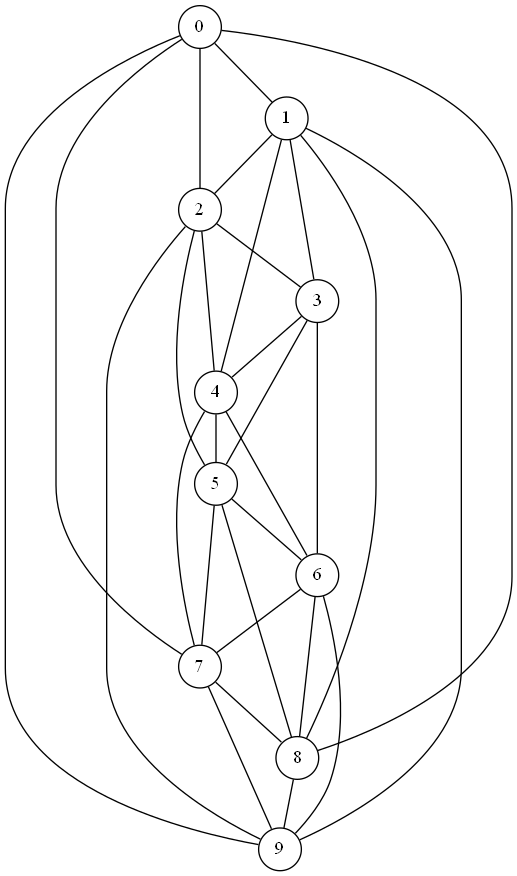
This is 10N-15E.png from dmaric44/community-detection, a Graphviz export, as it was before one commit. Its source is kept beside it as 10N-15E.dot.
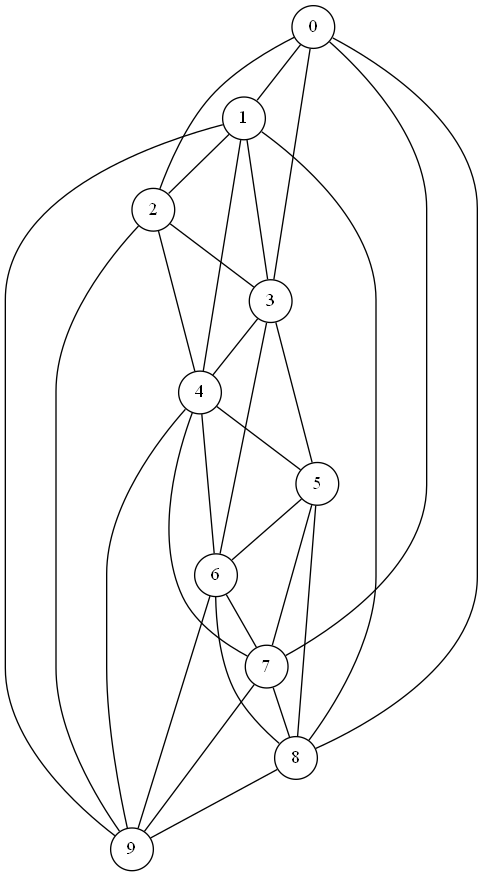
After the change.

Change to the diagram source:
```diff
@@ -11,33 +11,1080 @@
   7 [label="7"];
   8 [label="8"];
   9 [label="9"];
+  10 [label="10"];
+  11 [label="11"];
+  12 [label="12"];
+  13 [label="13"];
+  14 [label="14"];
+  15 [label="15"];
+  16 [label="16"];
+  17 [label="17"];
+  18 [label="18"];
+  19 [label="19"];
+  20 [label="20"];
+  21 [label="21"];
+  22 [label="22"];
+  23 [label="23"];
+  24 [label="24"];
+  25 [label="25"];
+  26 [label="26"];
+  27 [label="27"];
+  28 [label="28"];
+  29 [label="29"];
+  30 [label="30"];
+  31 [label="31"];
+  32 [label="32"];
+  33 [label="33"];
+  34 [label="34"];
+  35 [label="35"];
+  36 [label="36"];
+  37 [label="37"];
+  38 [label="38"];
+  39 [label="39"];
+  40 [label="40"];
+  41 [label="41"];
+  42 [label="42"];
+  43 [label="43"];
+  44 [label="44"];
+  45 [label="45"];
+  46 [label="46"];
+  47 [label="47"];
+  48 [label="48"];
+  49 [label="49"];
+  50 [label="50"];
+  51 [label="51"];
+  52 [label="52"];
+  53 [label="53"];
+  54 [label="54"];
+  55 [label="55"];
+  56 [label="56"];
+  57 [label="57"];
+  58 [label="58"];
+  59 [label="59"];
+  60 [label="60"];
+  61 [label="61"];
+  62 [label="62"];
+  63 [label="63"];
+  64 [label="64"];
+  65 [label="65"];
+  66 [label="66"];
+  67 [label="67"];
+  68 [label="68"];
+  69 [label="69"];
+  70 [label="70"];
+  71 [label="71"];
+  72 [label="72"];
+  73 [label="73"];
+  74 [label="74"];
+  75 [label="75"];
+  76 [label="76"];
+  77 [label="77"];
+  78 [label="78"];
+  79 [label="79"];
+  80 [label="80"];
+  81 [label="81"];
+  82 [label="82"];
+  83 [label="83"];
+  84 [label="84"];
+  85 [label="85"];
+  86 [label="86"];
+  87 [label="87"];
+  88 [label="88"];
+  89 [label="89"];
+  90 [label="90"];
+  91 [label="91"];
+  92 [label="92"];
+  93 [label="93"];
+  94 [label="94"];
+  95 [label="95"];
+  96 [label="96"];
+  97 [label="97"];
+  98 [label="98"];
+  99 [label="99"];
   0 -- 1;
   0 -- 2;
+  0 -- 3;
+  0 -- 4;
+  0 -- 5;
+  0 -- 6;
   0 -- 7;
   0 -- 8;
   0 -- 9;
-  1 -- 2;
+  0 -- 10;
+  0 -- 58;
+  0 -- 78;
+  0 -- 90;
+  0 -- 91;
+  0 -- 92;
+  0 -- 93;
+  0 -- 94;
+  0 -- 95;
+  0 -- 96;
+  0 -- 97;
+  0 -- 98;
+  0 -- 99;
   1 -- 3;
   1 -- 4;
+  1 -- 6;
+  1 -- 7;
   1 -- 8;
   1 -- 9;
+  1 -- 10;
+  1 -- 11;
+  1 -- 17;
+  1 -- 63;
+  1 -- 74;
+  1 -- 91;
+  1 -- 92;
+  1 -- 93;
+  1 -- 94;
+  1 -- 96;
+  1 -- 97;
+  1 -- 98;
+  1 -- 99;
   2 -- 3;
   2 -- 4;
   2 -- 5;
+  2 -- 6;
+  2 -- 7;
+  2 -- 8;
   2 -- 9;
+  2 -- 10;
+  2 -- 11;
+  2 -- 12;
+  2 -- 92;
+  2 -- 93;
+  2 -- 95;
+  2 -- 96;
+  2 -- 97;
+  2 -- 98;
+  2 -- 99;
   3 -- 4;
   3 -- 5;
   3 -- 6;
+  3 -- 7;
+  3 -- 8;
+  3 -- 11;
+  3 -- 13;
+  3 -- 14;
+  3 -- 84;
+  3 -- 90;
+  3 -- 94;
+  3 -- 96;
+  3 -- 97;
+  3 -- 98;
+  3 -- 99;
   4 -- 5;
   4 -- 6;
   4 -- 7;
+  4 -- 8;
+  4 -- 9;
+  4 -- 10;
+  4 -- 11;
+  4 -- 12;
+  4 -- 13;
+  4 -- 14;
+  4 -- 18;
+  4 -- 94;
+  4 -- 95;
+  4 -- 96;
+  4 -- 97;
+  4 -- 99;
   5 -- 6;
   5 -- 7;
   5 -- 8;
+  5 -- 9;
+  5 -- 10;
+  5 -- 12;
+  5 -- 13;
+  5 -- 14;
+  5 -- 15;
+  5 -- 39;
+  5 -- 96;
+  5 -- 97;
+  5 -- 98;
+  5 -- 99;
   6 -- 7;
   6 -- 8;
   6 -- 9;
+  6 -- 10;
+  6 -- 11;
+  6 -- 12;
+  6 -- 13;
+  6 -- 14;
+  6 -- 15;
+  6 -- 16;
+  6 -- 18;
+  6 -- 31;
+  6 -- 96;
+  6 -- 97;
+  6 -- 98;
+  6 -- 99;
   7 -- 8;
   7 -- 9;
-  8 -- 9;
+  7 -- 10;
+  7 -- 11;
+  7 -- 12;
+  7 -- 13;
+  7 -- 14;
+  7 -- 15;
+  7 -- 17;
+  7 -- 31;
+  7 -- 50;
+  7 -- 54;
+  7 -- 82;
+  7 -- 97;
+  7 -- 98;
+  7 -- 99;
+  8 -- 10;
+  8 -- 11;
+  8 -- 12;
+  8 -- 13;
+  8 -- 14;
+  8 -- 15;
+  8 -- 16;
+  8 -- 17;
+  8 -- 18;
+  8 -- 98;
+  8 -- 99;
+  9 -- 10;
+  9 -- 11;
+  9 -- 12;
+  9 -- 13;
+  9 -- 14;
+  9 -- 15;
+  9 -- 16;
+  9 -- 17;
+  9 -- 18;
+  9 -- 19;
+  9 -- 99;
+  10 -- 11;
+  10 -- 12;
+  10 -- 14;
+  10 -- 15;
+  10 -- 16;
+  10 -- 17;
+  10 -- 18;
+  10 -- 19;
+  10 -- 20;
+  10 -- 34;
+  10 -- 36;
+  11 -- 12;
+  11 -- 13;
+  11 -- 14;
+  11 -- 15;
+  11 -- 16;
+  11 -- 17;
+  11 -- 18;
+  11 -- 19;
+  11 -- 20;
+  11 -- 25;
+  12 -- 13;
+  12 -- 14;
+  12 -- 15;
+  12 -- 16;
+  12 -- 17;
+  12 -- 18;
+  12 -- 19;
+  12 -- 20;
+  12 -- 22;
+  12 -- 77;
+  13 -- 14;
+  13 -- 15;
+  13 -- 16;
+  13 -- 17;
+  13 -- 18;
+  13 -- 19;
+  13 -- 20;
+  13 -- 22;
+  13 -- 23;
+  13 -- 36;
+  14 -- 15;
+  14 -- 16;
+  14 -- 17;
+  14 -- 19;
+  14 -- 20;
+  14 -- 21;
+  14 -- 23;
+  14 -- 24;
+  14 -- 74;
+  15 -- 16;
+  15 -- 17;
+  15 -- 18;
+  15 -- 19;
+  15 -- 20;
+  15 -- 21;
+  15 -- 22;
+  15 -- 23;
+  15 -- 24;
+  15 -- 25;
+  15 -- 83;
+  16 -- 17;
+  16 -- 18;
+  16 -- 19;
+  16 -- 20;
+  16 -- 21;
+  16 -- 22;
+  16 -- 23;
+  16 -- 24;
+  16 -- 25;
+  16 -- 26;
+  16 -- 28;
+  17 -- 18;
+  17 -- 20;
+  17 -- 21;
+  17 -- 22;
+  17 -- 23;
+  17 -- 24;
+  17 -- 25;
+  17 -- 26;
+  17 -- 27;
+  18 -- 19;
+  18 -- 20;
+  18 -- 21;
+  18 -- 22;
+  18 -- 23;
+  18 -- 26;
+  18 -- 27;
+  18 -- 79;
+  18 -- 87;
+  19 -- 20;
+  19 -- 21;
+  19 -- 24;
+  19 -- 25;
+  19 -- 27;
+  19 -- 28;
+  19 -- 63;
+  19 -- 72;
+  19 -- 76;
+  20 -- 21;
+  20 -- 22;
+  20 -- 23;
+  20 -- 24;
+  20 -- 26;
+  20 -- 27;
+  20 -- 28;
+  20 -- 29;
+  20 -- 30;
+  20 -- 59;
+  21 -- 22;
+  21 -- 23;
+  21 -- 24;
+  21 -- 25;
+  21 -- 26;
+  21 -- 27;
+  21 -- 28;
+  21 -- 29;
+  21 -- 30;
+  21 -- 31;
+  22 -- 23;
+  22 -- 24;
+  22 -- 25;
+  22 -- 26;
+  22 -- 27;
+  22 -- 28;
+  22 -- 29;
+  22 -- 30;
+  22 -- 31;
+  22 -- 32;
+  22 -- 47;
+  23 -- 24;
+  23 -- 25;
+  23 -- 27;
+  23 -- 28;
+  23 -- 29;
+  23 -- 31;
+  23 -- 32;
+  23 -- 33;
+  23 -- 86;
+  24 -- 25;
+  24 -- 26;
+  24 -- 27;
+  24 -- 29;
+  24 -- 30;
+  24 -- 31;
+  24 -- 32;
+  24 -- 33;
+  24 -- 34;
+  25 -- 26;
+  25 -- 27;
+  25 -- 28;
+  25 -- 29;
+  25 -- 30;
+  25 -- 31;
+  25 -- 32;
+  25 -- 33;
+  25 -- 34;
+  25 -- 37;
+  25 -- 62;
+  25 -- 98;
+  26 -- 27;
+  26 -- 28;
+  26 -- 29;
+  26 -- 30;
+  26 -- 31;
+  26 -- 32;
+  26 -- 33;
+  26 -- 34;
+  26 -- 35;
+  26 -- 36;
+  27 -- 29;
+  27 -- 30;
+  27 -- 31;
+  27 -- 32;
+  27 -- 33;
+  27 -- 34;
+  27 -- 35;
+  27 -- 37;
+  27 -- 40;
+  27 -- 62;
+  28 -- 29;
+  28 -- 31;
+  28 -- 32;
+  28 -- 33;
+  28 -- 34;
+  28 -- 35;
+  28 -- 38;
+  28 -- 81;
+  28 -- 83;
+  29 -- 30;
+  29 -- 31;
+  29 -- 32;
+  29 -- 34;
+  29 -- 35;
+  29 -- 36;
+  29 -- 37;
+  29 -- 38;
+  29 -- 39;
+  29 -- 63;
+  29 -- 89;
+  29 -- 91;
+  30 -- 31;
+  30 -- 32;
+  30 -- 33;
+  30 -- 34;
+  30 -- 35;
+  30 -- 36;
+  30 -- 37;
+  30 -- 38;
+  30 -- 40;
+  30 -- 87;
+  31 -- 33;
+  31 -- 34;
+  31 -- 35;
+  31 -- 36;
+  31 -- 37;
+  31 -- 38;
+  31 -- 39;
+  31 -- 40;
+  31 -- 41;
+  31 -- 73;
+  32 -- 33;
+  32 -- 34;
+  32 -- 35;
+  32 -- 36;
+  32 -- 37;
+  32 -- 38;
+  32 -- 39;
+  32 -- 40;
+  32 -- 41;
+  32 -- 42;
+  32 -- 76;
+  32 -- 95;
+  33 -- 34;
+  33 -- 36;
+  33 -- 37;
+  33 -- 38;
+  33 -- 39;
+  33 -- 40;
+  33 -- 52;
+  33 -- 53;
+  33 -- 60;
+  33 -- 64;
+  34 -- 35;
+  34 -- 36;
+  34 -- 37;
+  34 -- 38;
+  34 -- 39;
+  34 -- 40;
+  34 -- 41;
+  34 -- 42;
+  34 -- 43;
+  34 -- 44;
+  34 -- 54;
+  34 -- 89;
+  35 -- 36;
+  35 -- 37;
+  35 -- 38;
+  35 -- 39;
+  35 -- 40;
+  35 -- 41;
+  35 -- 42;
+  35 -- 43;
+  35 -- 44;
+  35 -- 45;
+  36 -- 37;
+  36 -- 38;
+  36 -- 39;
+  36 -- 40;
+  36 -- 41;
+  36 -- 42;
+  36 -- 44;
+  36 -- 52;
+  37 -- 38;
+  37 -- 39;
+  37 -- 40;
+  37 -- 41;
+  37 -- 42;
+  37 -- 43;
+  37 -- 44;
+  37 -- 45;
+  37 -- 46;
+  37 -- 47;
+  38 -- 39;
+  38 -- 40;
+  38 -- 41;
+  38 -- 42;
+  38 -- 43;
+  38 -- 44;
+  38 -- 46;
+  38 -- 47;
+  38 -- 48;
+  38 -- 65;
+  38 -- 88;
+  39 -- 40;
+  39 -- 41;
+  39 -- 42;
+  39 -- 43;
+  39 -- 44;
+  39 -- 45;
+  39 -- 46;
+  39 -- 47;
+  39 -- 48;
+  39 -- 49;
+  40 -- 41;
+  40 -- 42;
+  40 -- 43;
+  40 -- 45;
+  40 -- 46;
+  40 -- 47;
+  40 -- 48;
+  40 -- 49;
+  40 -- 50;
+  40 -- 82;
+  40 -- 90;
+  41 -- 42;
+  41 -- 43;
+  41 -- 44;
+  41 -- 45;
+  41 -- 46;
+  41 -- 47;
+  41 -- 48;
+  41 -- 49;
+  41 -- 50;
+  41 -- 51;
+  42 -- 43;
+  42 -- 44;
+  42 -- 45;
+  42 -- 46;
+  42 -- 47;
+  42 -- 48;
+  42 -- 49;
+  42 -- 51;
+  42 -- 52;
+  42 -- 65;
+  42 -- 73;
+  43 -- 44;
+  43 -- 45;
+  43 -- 46;
+  43 -- 47;
+  43 -- 48;
+  43 -- 49;
+  43 -- 50;
+  43 -- 51;
+  43 -- 52;
+  43 -- 53;
+  44 -- 45;
+  44 -- 46;
+  44 -- 47;
+  44 -- 48;
+  44 -- 49;
+  44 -- 50;
+  44 -- 51;
+  44 -- 53;
+  44 -- 54;
+  44 -- 86;
+  44 -- 95;
+  45 -- 46;
+  45 -- 47;
+  45 -- 48;
+  45 -- 50;
+  45 -- 51;
+  45 -- 52;
+  45 -- 53;
+  45 -- 54;
+  45 -- 55;
+  45 -- 66;
+  45 -- 85;
+  46 -- 47;
+  46 -- 48;
+  46 -- 49;
+  46 -- 50;
+  46 -- 51;
+  46 -- 52;
+  46 -- 53;
+  46 -- 54;
+  46 -- 55;
+  46 -- 56;
+  46 -- 64;
+  46 -- 78;
+  47 -- 49;
+  47 -- 50;
+  47 -- 51;
+  47 -- 52;
+  47 -- 53;
+  47 -- 54;
+  47 -- 55;
+  47 -- 56;
+  47 -- 57;
+  48 -- 49;
+  48 -- 50;
+  48 -- 51;
+  48 -- 52;
+  48 -- 53;
+  48 -- 54;
+  48 -- 55;
+  48 -- 56;
+  48 -- 57;
+  48 -- 58;
+  49 -- 50;
+  49 -- 51;
+  49 -- 52;
+  49 -- 53;
+  49 -- 55;
+  49 -- 56;
+  49 -- 57;
+  49 -- 58;
+  49 -- 59;
+  49 -- 98;
+  50 -- 51;
+  50 -- 54;
+  50 -- 55;
+  50 -- 56;
+  50 -- 57;
+  50 -- 58;
+  50 -- 59;
+  50 -- 69;
+  50 -- 95;
+  51 -- 52;
+  51 -- 53;
+  51 -- 54;
+  51 -- 55;
+  51 -- 56;
+  51 -- 57;
+  51 -- 58;
+  51 -- 59;
+  51 -- 60;
+  51 -- 61;
+  52 -- 53;
+  52 -- 54;
+  52 -- 56;
+  52 -- 57;
+  52 -- 58;
+  52 -- 59;
+  52 -- 60;
+  52 -- 61;
+  52 -- 62;
+  52 -- 84;
+  52 -- 94;
+  53 -- 54;
+  53 -- 55;
+  53 -- 56;
+  53 -- 57;
+  53 -- 58;
+  53 -- 59;
+  53 -- 60;
+  53 -- 61;
+  53 -- 62;
+  53 -- 63;
+  53 -- 89;
+  54 -- 57;
+  54 -- 58;
+  54 -- 60;
+  54 -- 61;
+  54 -- 62;
+  54 -- 63;
+  54 -- 64;
+  54 -- 70;
+  55 -- 56;
+  55 -- 57;
+  55 -- 58;
+  55 -- 59;
+  55 -- 60;
+  55 -- 61;
+  55 -- 62;
+  55 -- 63;
+  55 -- 64;
+  55 -- 65;
+  55 -- 93;
+  56 -- 57;
+  56 -- 58;
+  56 -- 59;
+  56 -- 60;
+  56 -- 61;
+  56 -- 62;
+  56 -- 63;
+  56 -- 64;
+  56 -- 65;
+  56 -- 66;
+  56 -- 88;
+  57 -- 58;
+  57 -- 59;
+  57 -- 60;
+  57 -- 61;
+  57 -- 62;
+  57 -- 63;
+  57 -- 64;
+  57 -- 65;
+  57 -- 66;
+  57 -- 67;
+  58 -- 59;
+  58 -- 60;
+  58 -- 61;
+  58 -- 63;
+  58 -- 64;
+  58 -- 65;
+  58 -- 66;
+  58 -- 67;
+  58 -- 68;
+  58 -- 75;
+  59 -- 60;
+  59 -- 61;
+  59 -- 62;
+  59 -- 63;
+  59 -- 64;
+  59 -- 65;
+  59 -- 66;
+  59 -- 67;
+  59 -- 68;
+  59 -- 69;
+  60 -- 61;
+  60 -- 62;
+  60 -- 64;
+  60 -- 65;
+  60 -- 66;
+  60 -- 67;
+  60 -- 68;
+  60 -- 69;
+  60 -- 78;
+  60 -- 84;
+  60 -- 91;
+  60 -- 93;
+  61 -- 62;
+  61 -- 63;
+  61 -- 64;
+  61 -- 66;
+  61 -- 67;
+  61 -- 68;
+  61 -- 69;
+  61 -- 70;
+  61 -- 71;
+  61 -- 95;
+  62 -- 63;
+  62 -- 64;
+  62 -- 65;
+  62 -- 67;
+  62 -- 68;
+  62 -- 69;
+  62 -- 70;
+  62 -- 71;
+  62 -- 72;
+  63 -- 64;
+  63 -- 65;
+  63 -- 66;
+  63 -- 67;
+  63 -- 68;
+  63 -- 69;
+  63 -- 71;
+  63 -- 72;
+  63 -- 73;
+  64 -- 65;
+  64 -- 66;
+  64 -- 67;
+  64 -- 68;
+  64 -- 69;
+  64 -- 70;
+  64 -- 71;
+  64 -- 72;
+  64 -- 73;
+  65 -- 66;
+  65 -- 67;
+  65 -- 68;
+  65 -- 69;
+  65 -- 70;
+  65 -- 71;
+  65 -- 74;
+  65 -- 87;
+  66 -- 67;
+  66 -- 68;
+  66 -- 70;
+  66 -- 71;
+  66 -- 73;
+  66 -- 74;
+  66 -- 75;
+  66 -- 76;
+  66 -- 80;
+  67 -- 68;
+  67 -- 69;
+  67 -- 70;
+  67 -- 71;
+  67 -- 72;
+  67 -- 73;
+  67 -- 74;
+  67 -- 75;
+  67 -- 76;
+  67 -- 77;
+  68 -- 69;
+  68 -- 70;
+  68 -- 71;
+  68 -- 72;
+  68 -- 73;
+  68 -- 74;
+  68 -- 75;
+  68 -- 76;
+  68 -- 77;
+  68 -- 78;
+  69 -- 70;
+  69 -- 71;
+  69 -- 72;
+  69 -- 73;
+  69 -- 74;
+  69 -- 75;
+  69 -- 76;
+  69 -- 77;
+  69 -- 78;
+  69 -- 79;
+  69 -- 97;
+  70 -- 71;
+  70 -- 72;
+  70 -- 73;
+  70 -- 74;
+  70 -- 76;
+  70 -- 77;
+  70 -- 78;
+  70 -- 79;
+  70 -- 80;
+  70 -- 98;
+  71 -- 73;
+  71 -- 74;
+  71 -- 75;
+  71 -- 76;
+  71 -- 77;
+  71 -- 78;
+  71 -- 79;
+  71 -- 80;
+  71 -- 81;
+  71 -- 97;
+  72 -- 73;
+  72 -- 74;
+  72 -- 75;
+  72 -- 76;
+  72 -- 77;
+  72 -- 78;
+  72 -- 79;
+  72 -- 80;
+  72 -- 81;
+  72 -- 82;
+  73 -- 74;
+  73 -- 75;
+  73 -- 76;
+  73 -- 78;
+  73 -- 79;
+  73 -- 80;
+  73 -- 82;
+  73 -- 83;
+  74 -- 75;
+  74 -- 76;
+  74 -- 77;
+  74 -- 78;
+  74 -- 80;
+  74 -- 81;
+  74 -- 82;
+  74 -- 83;
+  74 -- 84;
+  75 -- 76;
+  75 -- 77;
+  75 -- 78;
+  75 -- 79;
+  75 -- 81;
+  75 -- 82;
+  75 -- 83;
+  75 -- 84;
+  75 -- 85;
+  76 -- 77;
+  76 -- 78;
+  76 -- 79;
+  76 -- 80;
+  76 -- 81;
+  76 -- 82;
+  76 -- 83;
+  76 -- 84;
+  77 -- 78;
+  77 -- 79;
+  77 -- 80;
+  77 -- 81;
+  77 -- 82;
+  77 -- 83;
+  77 -- 84;
+  77 -- 85;
+  77 -- 86;
+  77 -- 87;
+  78 -- 79;
+  78 -- 81;
+  78 -- 82;
+  78 -- 83;
+  78 -- 84;
+  78 -- 85;
+  78 -- 86;
+  78 -- 87;
+  78 -- 88;
+  79 -- 80;
+  79 -- 81;
+  79 -- 82;
+  79 -- 83;
+  79 -- 84;
+  79 -- 85;
+  79 -- 86;
+  79 -- 87;
+  79 -- 88;
+  79 -- 89;
+  80 -- 81;
+  80 -- 82;
+  80 -- 83;
+  80 -- 84;
+  80 -- 85;
+  80 -- 86;
+  80 -- 87;
+  80 -- 88;
+  80 -- 89;
+  80 -- 90;
+  81 -- 82;
+  81 -- 83;
+  81 -- 84;
+  81 -- 85;
+  81 -- 86;
+  81 -- 87;
+  81 -- 88;
+  81 -- 89;
+  81 -- 90;
+  81 -- 91;
+  82 -- 85;
+  82 -- 86;
+  82 -- 87;
+  82 -- 88;
+  82 -- 89;
+  82 -- 91;
+  82 -- 92;
+  82 -- 96;
+  83 -- 84;
+  83 -- 85;
+  83 -- 86;
+  83 -- 87;
+  83 -- 89;
+  83 -- 90;
+  83 -- 91;
+  83 -- 92;
+  83 -- 93;
+  84 -- 85;
+  84 -- 87;
+  84 -- 88;
+  84 -- 89;
+  84 -- 90;
+  84 -- 91;
+  84 -- 92;
+  84 -- 93;
+  84 -- 94;
+  85 -- 86;
+  85 -- 87;
+  85 -- 88;
+  85 -- 89;
+  85 -- 90;
+  85 -- 91;
+  85 -- 92;
+  85 -- 93;
+  85 -- 94;
+  85 -- 95;
+  86 -- 87;
+  86 -- 88;
+  86 -- 89;
+  86 -- 90;
+  86 -- 91;
+  86 -- 92;
+  86 -- 93;
+  86 -- 94;
+  86 -- 95;
+  86 -- 96;
+  87 -- 89;
+  87 -- 90;
+  87 -- 91;
+  87 -- 92;
+  87 -- 93;
+  87 -- 94;
+  87 -- 95;
+  87 -- 96;
+  87 -- 97;
+  88 -- 89;
+  88 -- 91;
+  88 -- 92;
+  88 -- 93;
+  88 -- 94;
+  88 -- 95;
+  88 -- 96;
+  88 -- 97;
+  88 -- 98;
+  89 -- 92;
+  89 -- 93;
+  89 -- 94;
+  89 -- 95;
+  89 -- 98;
+  89 -- 99;
+  90 -- 91;
+  90 -- 93;
+  90 -- 94;
+  90 -- 95;
+  90 -- 96;
+  90 -- 97;
+  90 -- 98;
+  90 -- 99;
+  91 -- 94;
+  91 -- 95;
+  91 -- 96;
+  91 -- 97;
+  91 -- 98;
+  91 -- 99;
+  92 -- 93;
+  92 -- 94;
+  92 -- 95;
+  92 -- 96;
+  92 -- 97;
+  92 -- 98;
+  92 -- 99;
+  93 -- 94;
+  93 -- 95;
+  93 -- 96;
+  93 -- 97;
+  93 -- 98;
+  94 -- 95;
+  94 -- 96;
+  94 -- 97;
+  94 -- 98;
+  94 -- 99;
+  95 -- 96;
+  95 -- 97;
+  95 -- 98;
+  96 -- 97;
+  96 -- 98;
+  96 -- 99;
+  97 -- 99;
+  98 -- 99;
 }
```
